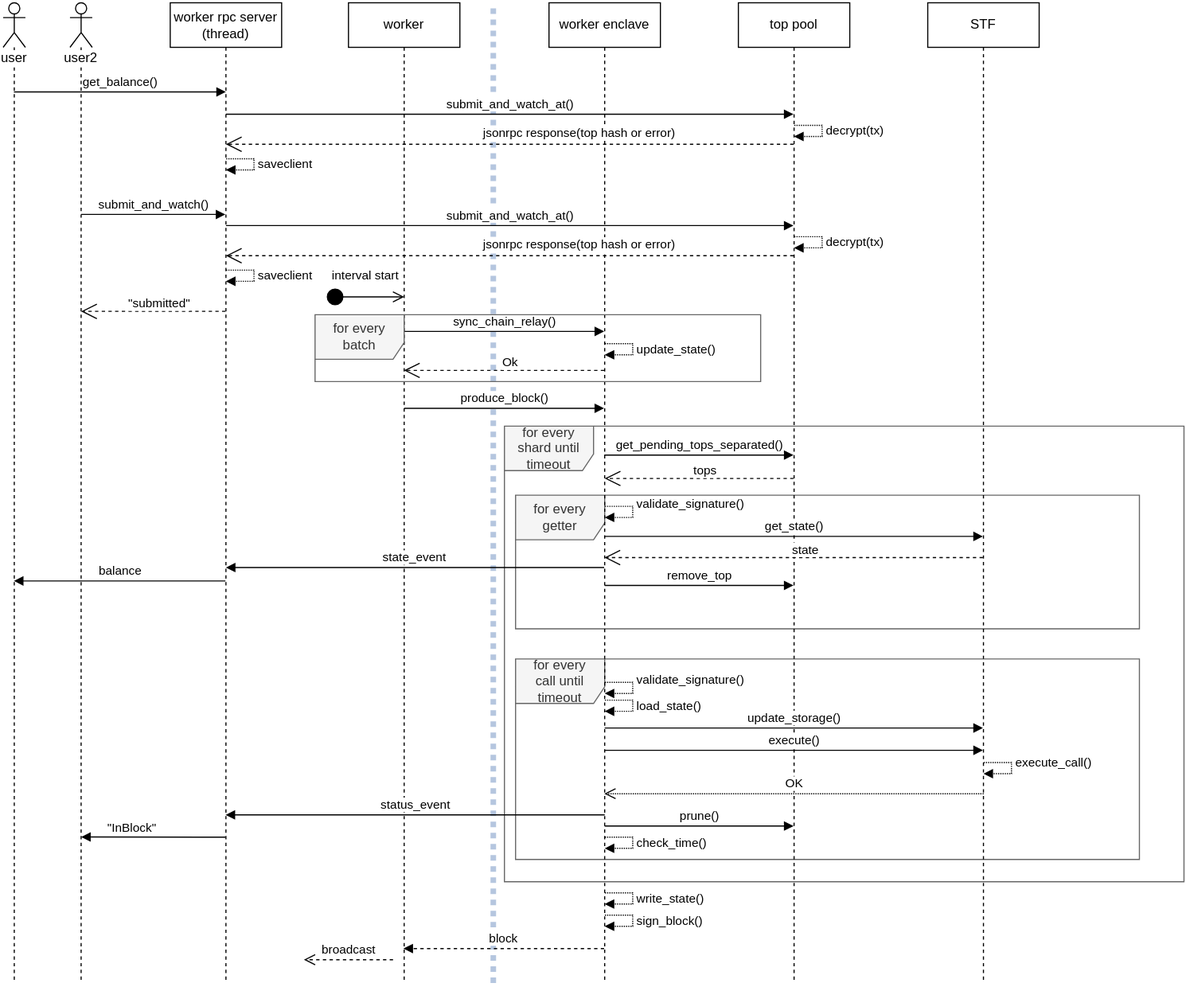
Earlier version of the draw.io export sidechain-sequence.svg (haerdib/substraTEE_diagramms). Source tidied: cells renumbered, new cells last; positions are measured from the earlier drawing's top-left corner, leaving out a move shared by most shapes.
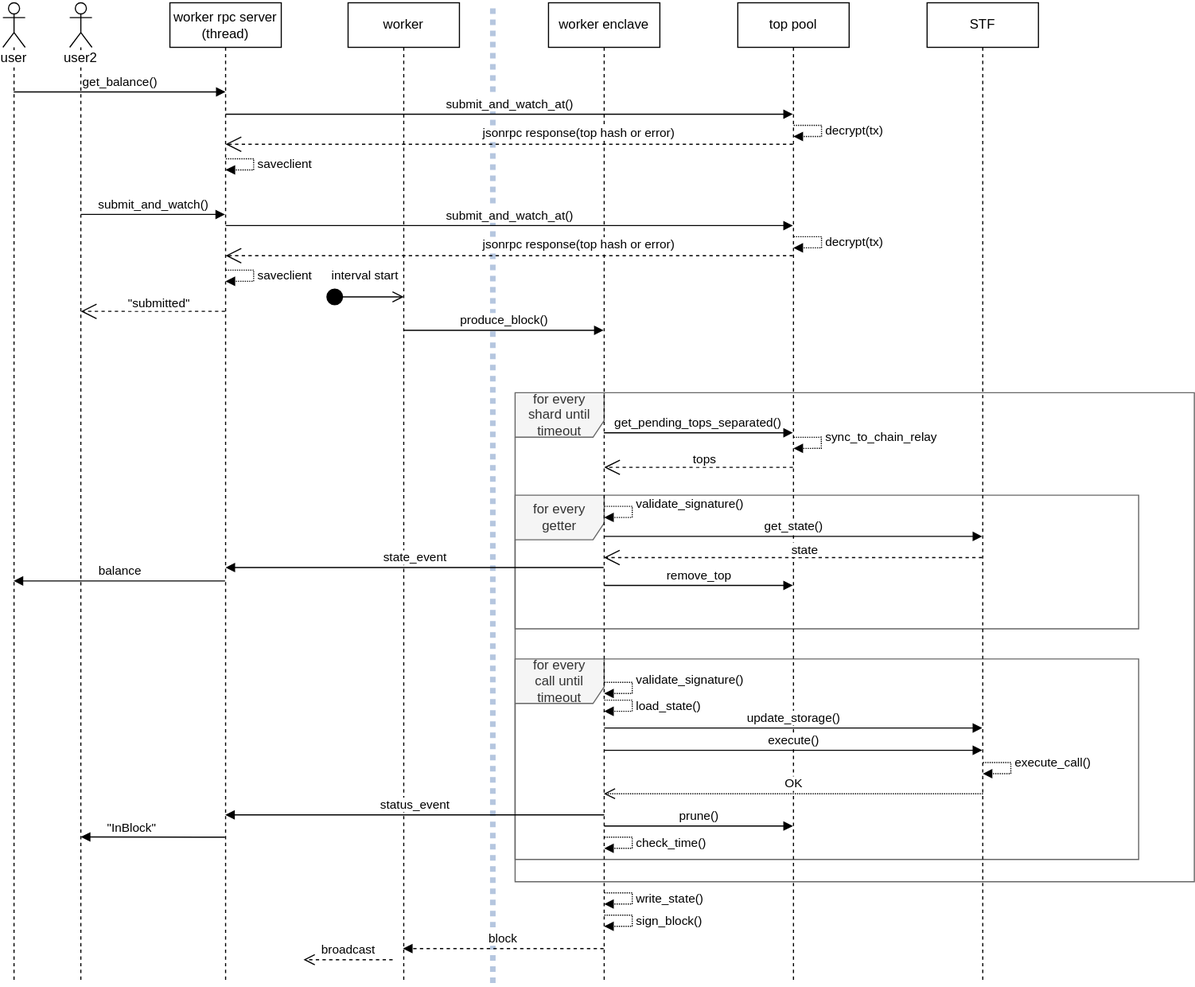
After the change.

The edit, as a diff of the source:
```diff
@@ -3,7 +3,7 @@
     <mxCell id="0" />
     <mxCell id="1" parent="0" />
     <mxCell id="2" value="for every shard until timeout" style="shape=umlFrame;whiteSpace=wrap;html=1;width=80;height=40;fillColor=#f5f5f5;strokeColor=#666666;fontColor=#333333;" parent="1" vertex="1">
-      <mxGeometry x="450" y="380" width="610" height="409" as="geometry" />
+      <mxGeometry x="460" y="350" width="610" height="439" as="geometry" />
     </mxCell>
     <mxCell id="3" value="&lt;div&gt;for every&lt;/div&gt;&lt;div&gt;call until timeout&lt;br&gt;&lt;/div&gt;" style="shape=umlFrame;whiteSpace=wrap;html=1;width=80;height=40;fillColor=#f5f5f5;strokeColor=#666666;fontColor=#333333;" parent="1" vertex="1">
       <mxGeometry x="460" y="589" width="560" height="180" as="geometry" />
@@ -55,8 +55,8 @@
     </mxCell>
     <mxCell id="15" value="produce_block()" style="html=1;verticalAlign=bottom;endArrow=block;" parent="14" edge="1">
       <mxGeometry relative="1" as="geometry">
-        <mxPoint x="50" y="364" as="sourcePoint" />
-        <mxPoint x="229.5" y="364" as="targetPoint" />
+        <mxPoint x="50" y="294" as="sourcePoint" />
+        <mxPoint x="229.5" y="294" as="targetPoint" />
       </mxGeometry>
     </mxCell>
     <mxCell id="16" value="interval start" style="html=1;verticalAlign=bottom;startArrow=circle;startFill=1;endArrow=open;startSize=6;endSize=8;" parent="1" edge="1">
@@ -65,16 +65,6 @@
         <mxPoint x="360" y="264" as="targetPoint" />
       </mxGeometry>
     </mxCell>
-    <mxCell id="17" value="update_state()" style="edgeStyle=orthogonalEdgeStyle;html=1;align=left;spacingLeft=2;endArrow=block;rounded=0;dashed=1;dashPattern=1 1;" parent="1" edge="1">
-      <mxGeometry relative="1" as="geometry">
-        <mxPoint x="540.2" y="306" as="sourcePoint" />
-        <mxPoint x="540" y="316" as="targetPoint" />
-        <Array as="points">
-          <mxPoint x="565.2" y="306" />
-          <mxPoint x="565.2" y="316" />
-        </Array>
-      </mxGeometry>
-    </mxCell>
     <mxCell id="18" value="decrypt(tx)" style="edgeStyle=orthogonalEdgeStyle;html=1;align=left;spacingLeft=2;endArrow=block;rounded=0;dashed=1;dashPattern=1 1;" parent="1" edge="1">
       <mxGeometry relative="1" as="geometry">
         <mxPoint x="710.2" y="210" as="sourcePoint" />
@@ -158,22 +148,16 @@
         <mxPoint x="70" y="277" as="targetPoint" />
       </mxGeometry>
     </mxCell>
-    <mxCell id="28" value="sync_chain_relay()" style="html=1;verticalAlign=bottom;endArrow=block;" parent="1" edge="1">
-      <mxGeometry relative="1" as="geometry">
-        <mxPoint x="360" y="295" as="sourcePoint" />
-        <mxPoint x="539.5" y="295" as="targetPoint" />
-      </mxGeometry>
-    </mxCell>
     <mxCell id="29" value="get_pending_tops_separated()" style="html=1;verticalAlign=bottom;endArrow=block;" parent="1" edge="1">
       <mxGeometry relative="1" as="geometry">
-        <mxPoint x="539.7" y="406" as="sourcePoint" />
-        <mxPoint x="709.5" y="406" as="targetPoint" />
+        <mxPoint x="539.7" y="386" as="sourcePoint" />
+        <mxPoint x="709.5" y="386" as="targetPoint" />
       </mxGeometry>
     </mxCell>
     <mxCell id="30" value="tops" style="endArrow=open;endSize=12;dashed=1;html=1;" parent="1" edge="1">
       <mxGeometry x="-0.06" y="-7" relative="1" as="geometry">
-        <mxPoint x="709.5" y="427" as="sourcePoint" />
-        <mxPoint x="540" y="427" as="targetPoint" />
+        <mxPoint x="709.5" y="417" as="sourcePoint" />
+        <mxPoint x="540" y="417" as="targetPoint" />
       </mxGeometry>
     </mxCell>
     <mxCell id="31" value="get_state()" style="html=1;verticalAlign=bottom;endArrow=block;" parent="1" edge="1">
@@ -262,12 +246,6 @@
         </Array>
       </mxGeometry>
     </mxCell>
-    <mxCell id="42" value="Ok" style="endArrow=open;endSize=12;dashed=1;html=1;" parent="1" edge="1">
-      <mxGeometry x="-0.06" y="-7" relative="1" as="geometry">
-        <mxPoint x="539.5" y="330" as="sourcePoint" />
-        <mxPoint x="359.8" y="330" as="targetPoint" />
-      </mxGeometry>
-    </mxCell>
     <mxCell id="43" value="state_event" style="html=1;verticalAlign=bottom;endArrow=block;" parent="1" edge="1">
       <mxGeometry relative="1" as="geometry">
         <mxPoint x="539.5" y="507" as="sourcePoint" />
@@ -327,8 +305,15 @@
         </Array>
       </mxGeometry>
     </mxCell>
-    <mxCell id="51" value="for every batch" style="shape=umlFrame;whiteSpace=wrap;html=1;width=80;height=40;fillColor=#f5f5f5;strokeColor=#666666;fontColor=#333333;" parent="1" vertex="1">
-      <mxGeometry x="280" y="280" width="400" height="60" as="geometry" />
-    </mxCell>
+    <mxCell id="52" value="sync_to_chain_relay" style="edgeStyle=orthogonalEdgeStyle;html=1;align=left;spacingLeft=2;endArrow=block;rounded=0;dashed=1;dashPattern=1 1;" parent="1" edge="1">
+      <mxGeometry x="-0.17" relative="1" as="geometry">
+        <mxPoint x="710.2" y="390" as="sourcePoint" />
+        <mxPoint x="710" y="400" as="targetPoint" />
+        <Array as="points">
+          <mxPoint x="735" y="390" />
+          <mxPoint x="735" y="400" />
+        </Array>
+      </mxGeometry>
+    </mxCell>
   </root>
 </mxGraphModel>
```
